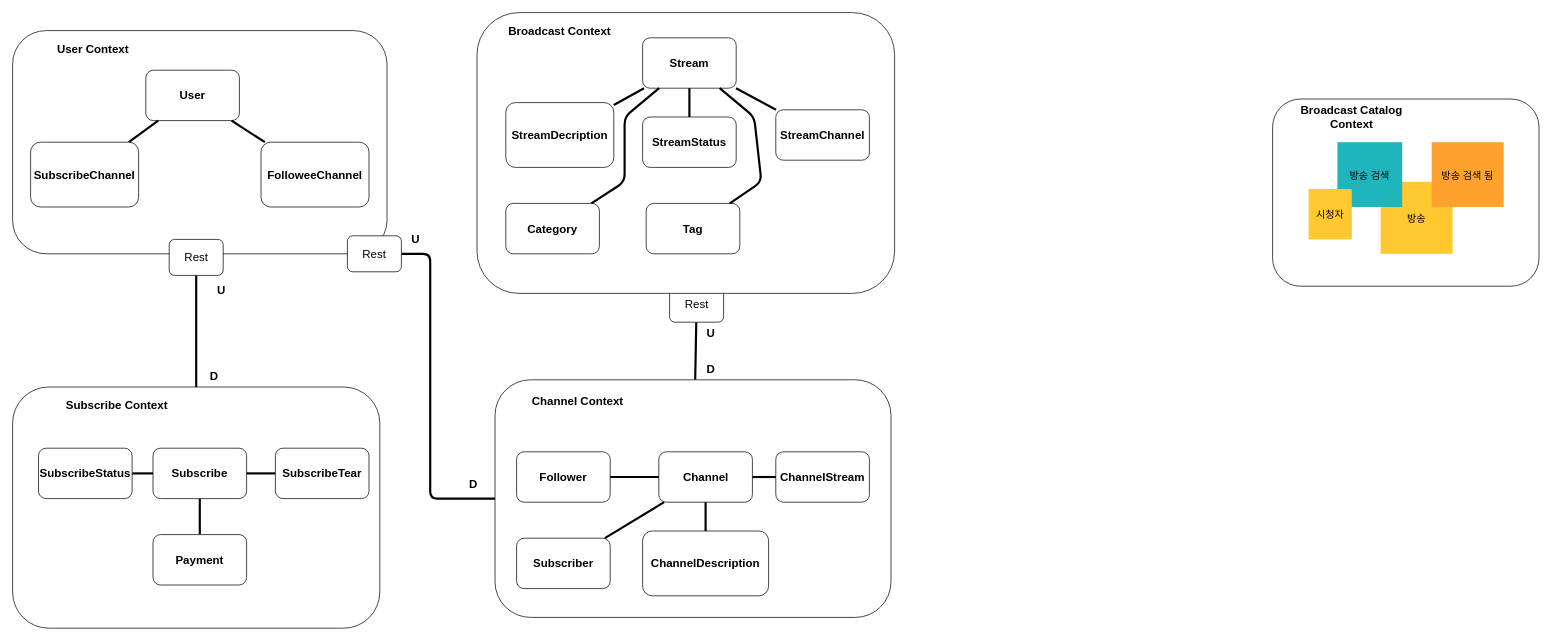
Earlier version of the draw.io diagram page "context_map" (3 of 5) of doc/archi.drawio (ISSuh/mystream). Source tidied: cells renumbered, new cells numbered last; positions are measured from the earlier drawing's top-left corner, leaving out a move shared by most shapes. Both pictures are drawn from the tidied source at 72%, with x=0, y=0 at pixel (-56, 12).
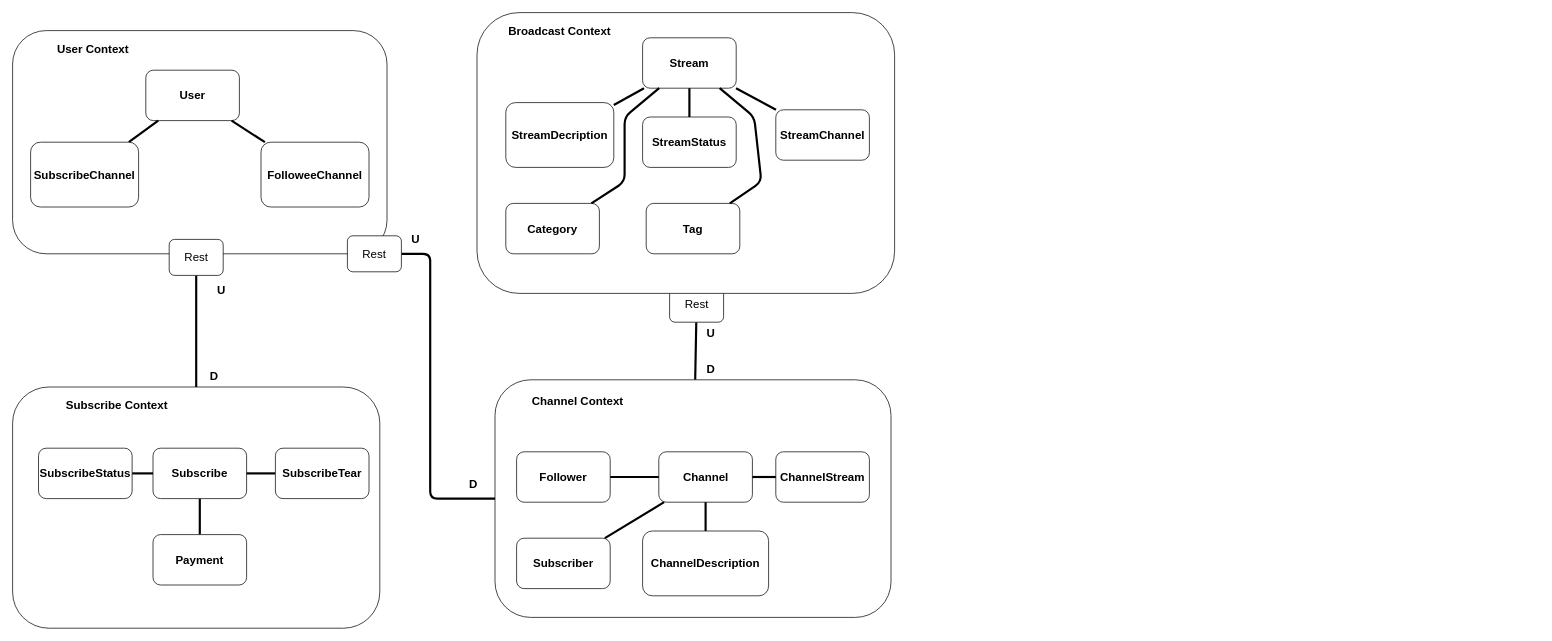
The same page after the edit.

The edit, as a diff of the source:
```diff
@@
-    <mxCell id="2" style="rounded=1;whiteSpace=wrap;html=1;fontSize=16;fontColor=#FFFFFF;fontStyle=1;" parent="1" vertex="1">
-      <mxGeometry x="1845" y="120" width="370" height="260" as="geometry" />
-    </mxCell>
-    <mxCell id="3" value="방송" style="fillColor=#FFC82E;strokeColor=none;fontSize=14;" parent="1" vertex="1">
-      <mxGeometry x="1995" y="235" width="100" height="100" as="geometry" />
-    </mxCell>
-    <mxCell id="4" value="방송 검색 됨" style="fillColor=#FFA12D;strokeColor=none;fontSize=14;" parent="1" vertex="1">
-      <mxGeometry x="2066" y="180" width="100" height="90" as="geometry" />
-    </mxCell>
-    <mxCell id="5" value="방송 검색" style="fillColor=#1EB5BD;strokeColor=none;fontSize=14;" parent="1" vertex="1">
-      <mxGeometry x="1935" y="180" width="90" height="90" as="geometry" />
-    </mxCell>
-    <mxCell id="6" value="시청자" style="fillColor=#FFC82E;strokeColor=none;fontSize=14;" parent="1" vertex="1">
-      <mxGeometry x="1895" y="245" width="60" height="70" as="geometry" />
-    </mxCell>
-    <mxCell id="7" value="&lt;font style=&quot;font-size: 16px;&quot;&gt;&lt;b&gt;Broadcast Catalog&lt;br&gt;Context&lt;/b&gt;&lt;/font&gt;" style="text;html=1;strokeColor=none;fillColor=none;align=center;verticalAlign=middle;whiteSpace=wrap;rounded=0;fontSize=14;" parent="1" vertex="1">
-      <mxGeometry x="1855" y="130" width="200" height="30" as="geometry" />
-    </mxCell>
```
